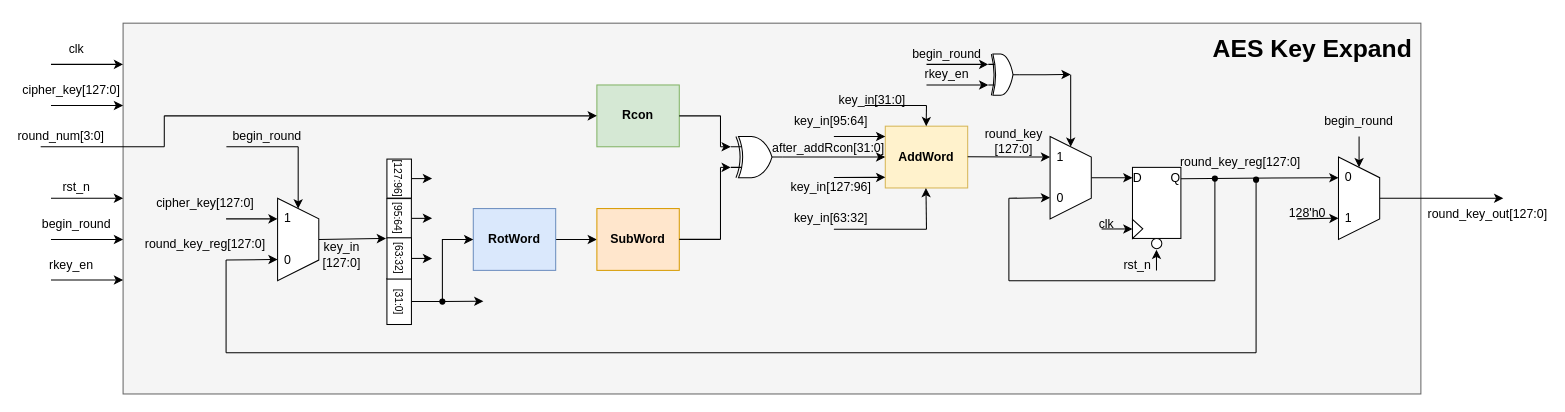
Above: page "Key Expand" (12 of 26) of AES128 Diagram.drawio in 106210049/AES-128 (draw.io), before the change. Source tidied: cells renumbered, new cells numbered last; positions are measured from the earlier drawing's top-left corner, leaving out a move shared by most shapes. Both pictures are drawn from the tidied source at 103%, with x=0, y=0 at pixel (20, 23).
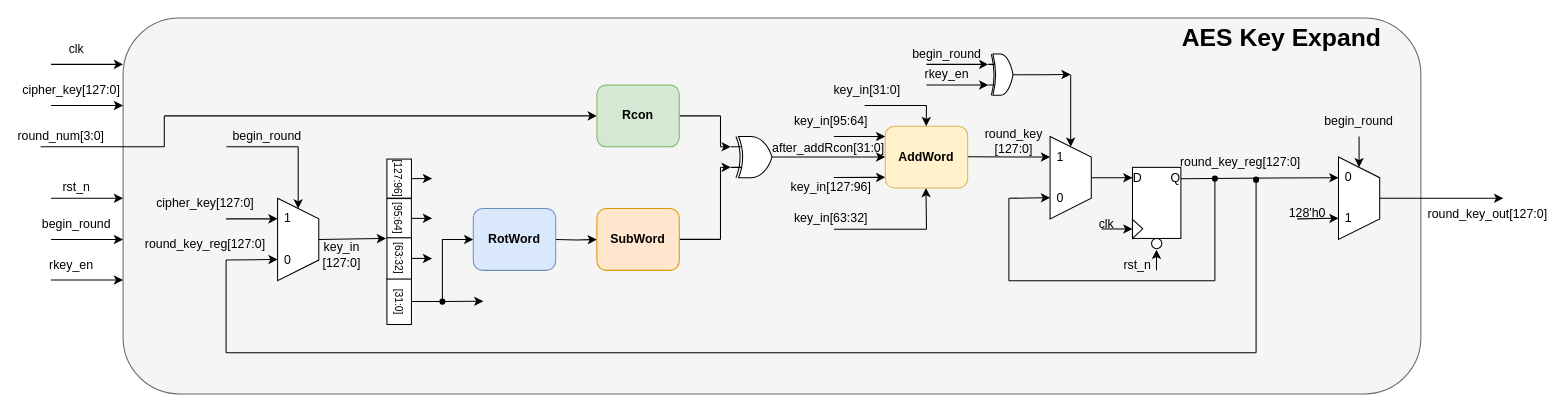
The same page after the edit.

Unchanged cells that the change refers to:
```xml
<mxCell id="83" value="&lt;div&gt;&lt;font style=&quot;line-height: 80%;&quot;&gt;&lt;br&gt;&lt;/font&gt;&lt;/div&gt;&lt;font style=&quot;line-height: 80%;&quot;&gt;[31:0]&lt;/font&gt;&lt;div&gt;&lt;br&gt;&lt;/div&gt;" style="rounded=0;whiteSpace=wrap;html=1;rotation=90;align=center;fontSize=10;" parent="1" vertex="1">
  <mxGeometry x="345.8" y="258.4" width="44.5" height="23.8" as="geometry" />
</mxCell>
```

Change to the diagram source:
```diff
@@
-    <mxCell id="2" style="rounded=0;whiteSpace=wrap;html=1;fillColor=#f5f5f5;fontColor=#333333;strokeColor=#666666;" parent="1" vertex="1">
-      <mxGeometry x="100" width="1260" height="360" as="geometry" />
-    </mxCell>
+    <mxCell id="115" style="rounded=1;whiteSpace=wrap;html=1;fillColor=#f5f5f5;fontColor=#333333;strokeColor=#666666;" parent="1" vertex="1">
+      <mxGeometry x="100" y="-5" width="1260" height="365" as="geometry" />
+    </mxCell>
@@
-    <mxCell id="15" style="edgeStyle=orthogonalEdgeStyle;rounded=0;jettySize=auto;html=1;" parent="1" edge="1" source="16" target="17">
-      <mxGeometry relative="1" as="geometry" />
+    <mxCell id="15" style="edgeStyle=orthogonalEdgeStyle;rounded=0;orthogonalLoop=1;jettySize=auto;html=1;" parent="1" edge="1">
+      <mxGeometry relative="1" as="geometry">
+        <mxPoint x="520" y="210" as="sourcePoint" />
+        <mxPoint x="560" y="210" as="targetPoint" />
+      </mxGeometry>
     </mxCell>
-    <mxCell id="16" value="RotWord" style="rounded=0;whiteSpace=wrap;html=1;fillColor=#dae8fc;fontStyle=1;strokeColor=#6c8ebf;" parent="1" vertex="1">
-      <mxGeometry x="440" y="180" width="80" height="60" as="geometry" />
-    </mxCell>
-    <mxCell id="17" value="SubWord" style="rounded=0;whiteSpace=wrap;html=1;fillColor=#ffe6cc;fontStyle=1;strokeColor=#d79b00;" parent="1" vertex="1">
-      <mxGeometry x="560" y="180" width="80" height="60" as="geometry" />
-    </mxCell>
-    <mxCell id="18" value="Rcon" style="rounded=0;whiteSpace=wrap;html=1;fillColor=#d5e8d4;fontStyle=1;strokeColor=#82b366;" parent="1" vertex="1">
-      <mxGeometry x="560" y="60" width="80" height="60" as="geometry" />
-    </mxCell>
@@
-    <mxCell id="20" style="endArrow=classic;html=1;rounded=0;entryX=0;entryY=0.5;entryDx=0;entryDy=0;" parent="1" edge="1" target="18">
+    <mxCell id="20" style="endArrow=classic;html=1;rounded=0;entryX=0;entryY=0.5;entryDx=0;entryDy=0;" parent="1" edge="1">
       <mxGeometry relative="1" as="geometry">
         <mxPoint x="140" y="90" as="sourcePoint" />
+        <mxPoint x="560" y="90" as="targetPoint" />
       </mxGeometry>
     </mxCell>
@@
-    <mxCell id="28" style="endArrow=classic;html=1;rounded=0;entryX=0;entryY=0.5;entryDx=0;entryDy=0;" parent="1" edge="1" target="30">
+    <mxCell id="28" style="endArrow=classic;html=1;rounded=0;entryX=0;entryY=0.5;entryDx=0;entryDy=0;" parent="1" edge="1">
       <mxGeometry relative="1" as="geometry">
         <mxPoint x="740" y="130" as="sourcePoint" />
+        <mxPoint x="840" y="130" as="targetPoint" />
       </mxGeometry>
     </mxCell>
@@
-    <mxCell id="30" value="AddWord" style="rounded=0;whiteSpace=wrap;html=1;fillColor=#fff2cc;fontStyle=1;strokeColor=#d6b656;" parent="1" vertex="1">
-      <mxGeometry x="840" y="100" width="80" height="60" as="geometry" />
-    </mxCell>
@@
     <mxCell id="72" value="&lt;font style=&quot;font-size: 24px;&quot;&gt;&lt;b&gt;AES Key Expand&lt;/b&gt;&lt;/font&gt;" style="text;strokeColor=none;align=center;fillColor=none;html=1;verticalAlign=middle;whiteSpace=wrap;rounded=0;" parent="1" vertex="1">
-      <mxGeometry x="1150" y="10" width="210" height="30" as="geometry" />
+      <mxGeometry x="1120" width="210" height="30" as="geometry" />
     </mxCell>
@@
-    <mxCell id="82" style="edgeStyle=orthogonalEdgeStyle;rounded=0;jettySize=auto;html=1;exitX=0.5;exitY=0;exitDx=0;exitDy=0;entryX=0;entryY=0.5;entryDx=0;entryDy=0;" parent="1" edge="1" source="83" target="16">
-      <mxGeometry relative="1" as="geometry" />
+    <mxCell id="82" style="edgeStyle=orthogonalEdgeStyle;rounded=0;jettySize=auto;html=1;exitX=0.5;exitY=0;exitDx=0;exitDy=0;entryX=0;entryY=0.5;entryDx=0;entryDy=0;" parent="1" edge="1" source="83">
+      <mxGeometry relative="1" as="geometry">
+        <mxPoint x="440" y="210" as="targetPoint" />
+        <Array as="points">
+          <mxPoint x="410" y="270.3" />
+          <mxPoint x="410" y="210" />
+        </Array>
+      </mxGeometry>
     </mxCell>
@@
     <mxCell id="92" value="key_in&lt;span style=&quot;background-color: transparent; color: light-dark(rgb(0, 0, 0), rgb(255, 255, 255));&quot;&gt;[31:0]&lt;/span&gt;" style="text;strokeColor=none;align=center;fillColor=none;html=1;verticalAlign=middle;whiteSpace=wrap;rounded=0;" parent="1" vertex="1">
-      <mxGeometry x="785" y="60" width="85" height="30" as="geometry" />
+      <mxGeometry x="780" y="50" width="85" height="30" as="geometry" />
     </mxCell>
@@
+    <mxCell id="16" value="&lt;span style=&quot;font-weight: 700;&quot;&gt;RotWord&lt;/span&gt;" style="rounded=1;whiteSpace=wrap;html=1;fillColor=#dae8fc;strokeColor=#6c8ebf;" parent="1" vertex="1">
+      <mxGeometry x="440" y="180" width="80" height="60" as="geometry" />
+    </mxCell>
+    <mxCell id="17" value="&lt;span style=&quot;font-weight: 700;&quot;&gt;SubWord&lt;/span&gt;" style="rounded=1;whiteSpace=wrap;html=1;fillColor=#ffe6cc;strokeColor=#d79b00;" parent="1" vertex="1">
+      <mxGeometry x="560" y="180" width="80" height="60" as="geometry" />
+    </mxCell>
+    <mxCell id="18" value="&lt;span style=&quot;font-weight: 700;&quot;&gt;Rcon&lt;/span&gt;" style="rounded=1;whiteSpace=wrap;html=1;fillColor=#d5e8d4;strokeColor=#82b366;" parent="1" vertex="1">
+      <mxGeometry x="560" y="60" width="80" height="60" as="geometry" />
+    </mxCell>
+    <mxCell id="30" value="&lt;span style=&quot;font-weight: 700;&quot;&gt;AddWord&lt;/span&gt;" style="rounded=1;whiteSpace=wrap;html=1;fillColor=#fff2cc;strokeColor=#d6b656;" parent="1" vertex="1">
+      <mxGeometry x="840" y="100" width="80" height="60" as="geometry" />
+    </mxCell>
```
